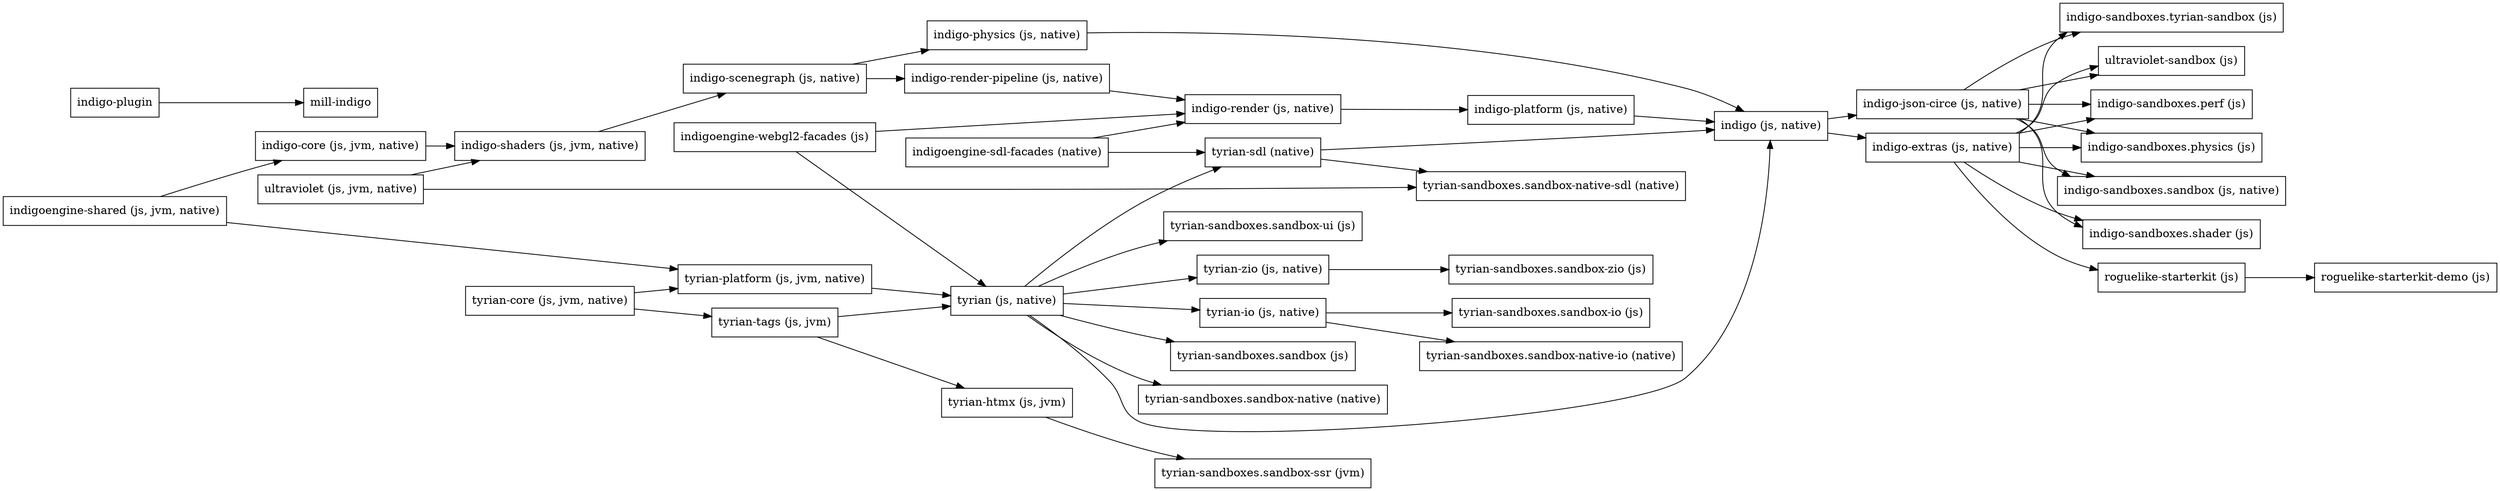
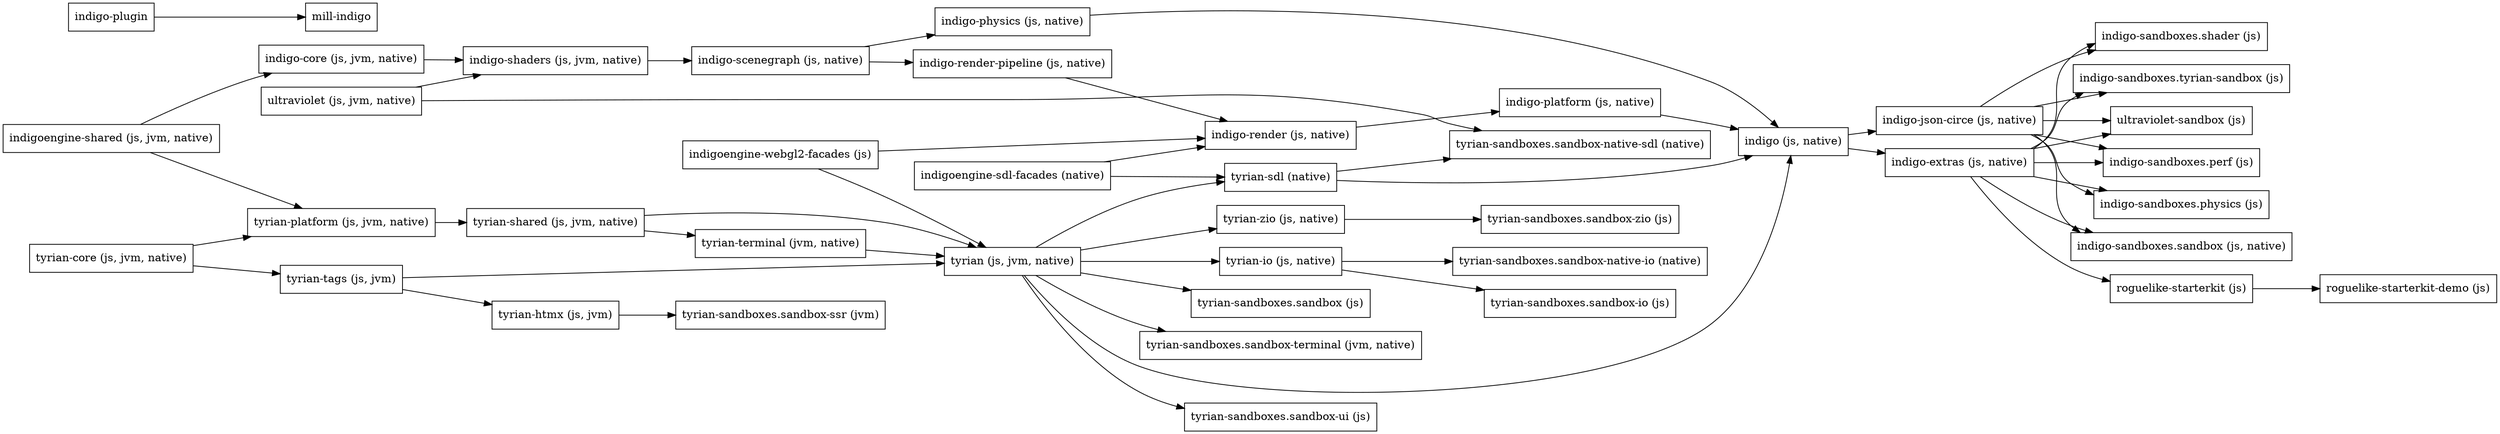
digraph "module-deps" {
  graph ["rankdir"="LR"]
  "indigo (js, native)" ["style"="solid","shape"="box"]
  "indigo-core (js, jvm, native)" ["style"="solid","shape"="box"]
  "indigo-extras (js, native)" ["style"="solid","shape"="box"]
  "indigo-json-circe (js, native)" ["style"="solid","shape"="box"]
  "indigo-physics (js, native)" ["style"="solid","shape"="box"]
  "indigo-platform (js, native)" ["style"="solid","shape"="box"]
  "indigo-plugin" ["style"="solid","shape"="box"]
  "indigo-render (js, native)" ["style"="solid","shape"="box"]
  "indigo-render-pipeline (js, native)" ["style"="solid","shape"="box"]
  "indigo-sandboxes.perf (js)" ["style"="solid","shape"="box"]
  "indigo-sandboxes.physics (js)" ["style"="solid","shape"="box"]
  "indigo-sandboxes.sandbox (js, native)" ["style"="solid","shape"="box"]
  "indigo-sandboxes.shader (js)" ["style"="solid","shape"="box"]
  "indigo-sandboxes.tyrian-sandbox (js)" ["style"="solid","shape"="box"]
  "indigo-scenegraph (js, native)" ["style"="solid","shape"="box"]
  "indigo-shaders (js, jvm, native)" ["style"="solid","shape"="box"]
  "indigoengine-sdl-facades (native)" ["style"="solid","shape"="box"]
  "indigoengine-shared (js, jvm, native)" ["style"="solid","shape"="box"]
  "indigoengine-webgl2-facades (js)" ["style"="solid","shape"="box"]
  "mill-indigo" ["style"="solid","shape"="box"]
  "roguelike-starterkit (js)" ["style"="solid","shape"="box"]
  "roguelike-starterkit-demo (js)" ["style"="solid","shape"="box"]
-   "tyrian (js, native)" ["style"="solid","shape"="box"]
+   "tyrian (js, jvm, native)" ["style"="solid","shape"="box"]
  "tyrian-core (js, jvm, native)" ["style"="solid","shape"="box"]
  "tyrian-htmx (js, jvm)" ["style"="solid","shape"="box"]
  "tyrian-io (js, native)" ["style"="solid","shape"="box"]
  "tyrian-platform (js, jvm, native)" ["style"="solid","shape"="box"]
  "tyrian-sandboxes.sandbox (js)" ["style"="solid","shape"="box"]
  "tyrian-sandboxes.sandbox-io (js)" ["style"="solid","shape"="box"]
-   "tyrian-sandboxes.sandbox-native (native)" ["style"="solid","shape"="box"]
  "tyrian-sandboxes.sandbox-native-io (native)" ["style"="solid","shape"="box"]
  "tyrian-sandboxes.sandbox-native-sdl (native)" ["style"="solid","shape"="box"]
  "tyrian-sandboxes.sandbox-ssr (jvm)" ["style"="solid","shape"="box"]
+   "tyrian-sandboxes.sandbox-terminal (jvm, native)" ["style"="solid","shape"="box"]
  "tyrian-sandboxes.sandbox-ui (js)" ["style"="solid","shape"="box"]
  "tyrian-sandboxes.sandbox-zio (js)" ["style"="solid","shape"="box"]
  "tyrian-sdl (native)" ["style"="solid","shape"="box"]
+   "tyrian-shared (js, jvm, native)" ["style"="solid","shape"="box"]
  "tyrian-tags (js, jvm)" ["style"="solid","shape"="box"]
+   "tyrian-terminal (jvm, native)" ["style"="solid","shape"="box"]
  "tyrian-zio (js, native)" ["style"="solid","shape"="box"]
  "ultraviolet (js, jvm, native)" ["style"="solid","shape"="box"]
  "ultraviolet-sandbox (js)" ["style"="solid","shape"="box"]
  "indigo (js, native)" -> "indigo-extras (js, native)"
  "indigo (js, native)" -> "indigo-json-circe (js, native)"
  "indigo-core (js, jvm, native)" -> "indigo-shaders (js, jvm, native)"
  "indigo-extras (js, native)" -> "indigo-sandboxes.perf (js)"
  "indigo-extras (js, native)" -> "indigo-sandboxes.physics (js)"
  "indigo-extras (js, native)" -> "indigo-sandboxes.sandbox (js, native)"
  "indigo-extras (js, native)" -> "indigo-sandboxes.shader (js)"
  "indigo-extras (js, native)" -> "indigo-sandboxes.tyrian-sandbox (js)"
  "indigo-extras (js, native)" -> "roguelike-starterkit (js)"
  "indigo-extras (js, native)" -> "ultraviolet-sandbox (js)"
  "indigo-json-circe (js, native)" -> "indigo-sandboxes.perf (js)"
  "indigo-json-circe (js, native)" -> "indigo-sandboxes.physics (js)"
  "indigo-json-circe (js, native)" -> "indigo-sandboxes.sandbox (js, native)"
  "indigo-json-circe (js, native)" -> "indigo-sandboxes.shader (js)"
  "indigo-json-circe (js, native)" -> "indigo-sandboxes.tyrian-sandbox (js)"
  "indigo-json-circe (js, native)" -> "ultraviolet-sandbox (js)"
  "indigo-physics (js, native)" -> "indigo (js, native)"
  "indigo-platform (js, native)" -> "indigo (js, native)"
  "indigo-plugin" -> "mill-indigo"
  "indigo-render (js, native)" -> "indigo-platform (js, native)"
  "indigo-render-pipeline (js, native)" -> "indigo-render (js, native)"
  "indigo-scenegraph (js, native)" -> "indigo-physics (js, native)"
  "indigo-scenegraph (js, native)" -> "indigo-render-pipeline (js, native)"
  "indigo-shaders (js, jvm, native)" -> "indigo-scenegraph (js, native)"
  "indigoengine-sdl-facades (native)" -> "indigo-render (js, native)"
  "indigoengine-sdl-facades (native)" -> "tyrian-sdl (native)"
  "indigoengine-shared (js, jvm, native)" -> "indigo-core (js, jvm, native)"
  "indigoengine-shared (js, jvm, native)" -> "tyrian-platform (js, jvm, native)"
  "indigoengine-webgl2-facades (js)" -> "indigo-render (js, native)"
-   "indigoengine-webgl2-facades (js)" -> "tyrian (js, native)"
+   "indigoengine-webgl2-facades (js)" -> "tyrian (js, jvm, native)"
  "roguelike-starterkit (js)" -> "roguelike-starterkit-demo (js)"
-   "tyrian (js, native)" -> "indigo (js, native)"
-   "tyrian (js, native)" -> "tyrian-io (js, native)"
-   "tyrian (js, native)" -> "tyrian-sandboxes.sandbox (js)"
-   "tyrian (js, native)" -> "tyrian-sandboxes.sandbox-native (native)"
-   "tyrian (js, native)" -> "tyrian-sandboxes.sandbox-ui (js)"
-   "tyrian (js, native)" -> "tyrian-sdl (native)"
-   "tyrian (js, native)" -> "tyrian-zio (js, native)"
+   "tyrian (js, jvm, native)" -> "indigo (js, native)"
+   "tyrian (js, jvm, native)" -> "tyrian-io (js, native)"
+   "tyrian (js, jvm, native)" -> "tyrian-sandboxes.sandbox (js)"
+   "tyrian (js, jvm, native)" -> "tyrian-sandboxes.sandbox-terminal (jvm, native)"
+   "tyrian (js, jvm, native)" -> "tyrian-sandboxes.sandbox-ui (js)"
+   "tyrian (js, jvm, native)" -> "tyrian-sdl (native)"
+   "tyrian (js, jvm, native)" -> "tyrian-zio (js, native)"
  "tyrian-core (js, jvm, native)" -> "tyrian-platform (js, jvm, native)"
  "tyrian-core (js, jvm, native)" -> "tyrian-tags (js, jvm)"
  "tyrian-htmx (js, jvm)" -> "tyrian-sandboxes.sandbox-ssr (jvm)"
  "tyrian-io (js, native)" -> "tyrian-sandboxes.sandbox-io (js)"
  "tyrian-io (js, native)" -> "tyrian-sandboxes.sandbox-native-io (native)"
-   "tyrian-platform (js, jvm, native)" -> "tyrian (js, native)"
+   "tyrian-platform (js, jvm, native)" -> "tyrian-shared (js, jvm, native)"
  "tyrian-sdl (native)" -> "indigo (js, native)"
  "tyrian-sdl (native)" -> "tyrian-sandboxes.sandbox-native-sdl (native)"
-   "tyrian-tags (js, jvm)" -> "tyrian (js, native)"
+   "tyrian-shared (js, jvm, native)" -> "tyrian (js, jvm, native)"
+   "tyrian-shared (js, jvm, native)" -> "tyrian-terminal (jvm, native)"
+   "tyrian-tags (js, jvm)" -> "tyrian (js, jvm, native)"
  "tyrian-tags (js, jvm)" -> "tyrian-htmx (js, jvm)"
+   "tyrian-terminal (jvm, native)" -> "tyrian (js, jvm, native)"
  "tyrian-zio (js, native)" -> "tyrian-sandboxes.sandbox-zio (js)"
  "ultraviolet (js, jvm, native)" -> "indigo-shaders (js, jvm, native)"
  "ultraviolet (js, jvm, native)" -> "tyrian-sandboxes.sandbox-native-sdl (native)"
}
